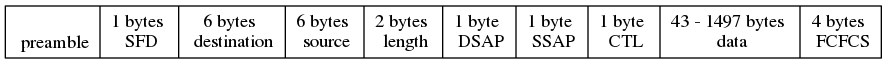
This is pictures/ieee_802_3.png from martinspedro/RT-Notes, a Graphviz export, as it was before one commit. Its source is kept beside it as pictures/ieee_802_3.dot. Source of this version:
```dot
digraph ethernet {
	struct_1 [shape=record, label="\n preamble | 1 bytes \n SFD | 6 bytes \n destination |  6 bytes \n source | 2 bytes \n length | 1 byte \n DSAP | 1 byte \n SSAP | 1 byte \n CTL | 43 - 1497 bytes \n data | 4 bytes \n FCFCS"]
}
```
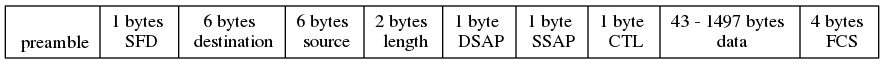
After the change.

Change to the diagram source:
```diff
@@ -1,3 +1,3 @@
 digraph ethernet {
-	struct_1 [shape=record, label="\n preamble | 1 bytes \n SFD | 6 bytes \n destination |  6 bytes \n source | 2 bytes \n length | 1 byte \n DSAP | 1 byte \n SSAP | 1 byte \n CTL | 43 - 1497 bytes \n data | 4 bytes \n FCFCS"]
+	struct_1 [shape=record, label="\n preamble | 1 bytes \n SFD | 6 bytes \n destination |  6 bytes \n source | 2 bytes \n length | 1 byte \n DSAP | 1 byte \n SSAP | 1 byte \n CTL | 43 - 1497 bytes \n data | 4 bytes \n FCS"]
 }
```
